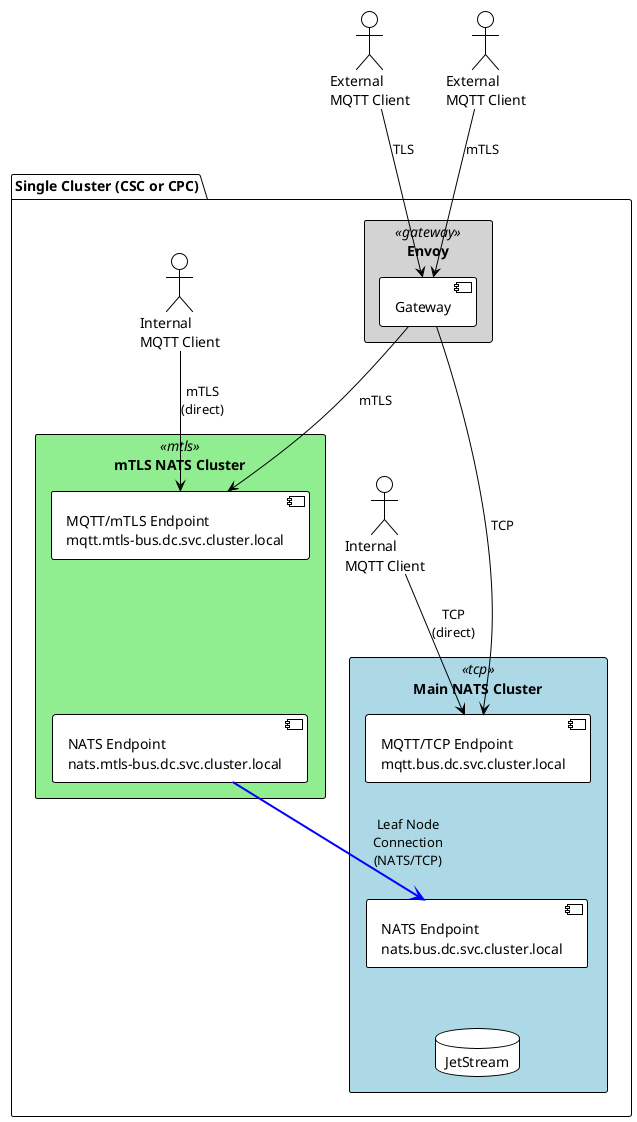
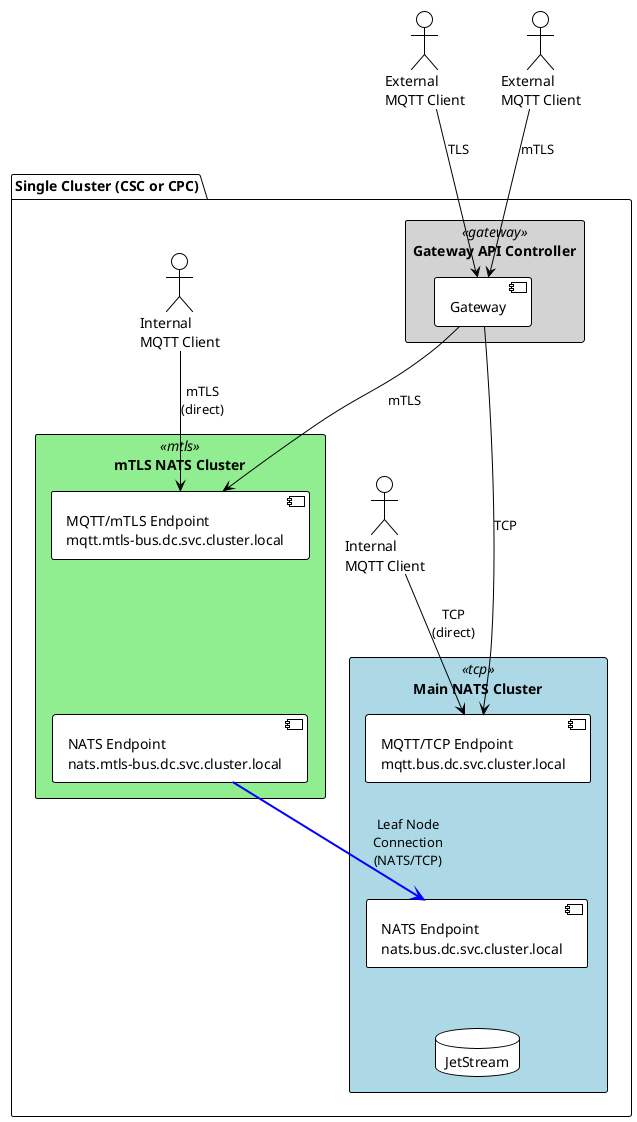
@startuml Ingress Architecture
!theme plain

skinparam rectangle {
    BackgroundColor<<tcp>> LightBlue
    BackgroundColor<<mtls>> LightGreen
    BackgroundColor<<gateway>> LightGray
    BorderColor Black
}

skinparam component {
    BackgroundColor White
    BorderColor Black
}

package "Single Cluster (CSC or CPC)" {

-     rectangle "Envoy" <<gateway>> {
+     rectangle "Gateway API Controller" <<gateway>> {
        component "Gateway" as gateway_ingress
    }

    rectangle "Main NATS Cluster" <<tcp>> {
        component "MQTT/TCP Endpoint\nmqtt.bus.dc.svc.cluster.local" as mqtt_tcp
        component "NATS Endpoint\nnats.bus.dc.svc.cluster.local" as nats_tcp
        database "JetStream" as js

        mqtt_tcp -[hidden]down- nats_tcp
        nats_tcp -[hidden]down- js
    }

    rectangle "mTLS NATS Cluster" <<mtls>> {
        component "MQTT/mTLS Endpoint\nmqtt.mtls-bus.dc.svc.cluster.local" as mqtt_mtls
        component "NATS Endpoint\nnats.mtls-bus.dc.svc.cluster.local" as nats_leaf_tcp

        mqtt_mtls -[hidden]down- nats_leaf_tcp
    }

    actor "Internal\nMQTT Client" as int_client_tcp
    actor "Internal\nMQTT Client" as int_client_mtls

    nats_leaf_tcp -[#blue,bold]-> nats_tcp : "Leaf Node\nConnection\n(NATS/TCP)"

    gateway_ingress -down-> mqtt_tcp : "TCP"
    gateway_ingress -down-> mqtt_mtls : "mTLS"

    int_client_tcp -down-> mqtt_tcp : "TCP\n(direct)"
    int_client_mtls -down-> mqtt_mtls : "mTLS\n(direct)"
}

actor "External\nMQTT Client" as ext_client_tls
actor "External\nMQTT Client" as ext_client_mtls

ext_client_tls -down-> gateway_ingress : "TLS"
ext_client_mtls -down-> gateway_ingress : "mTLS"

@enduml
